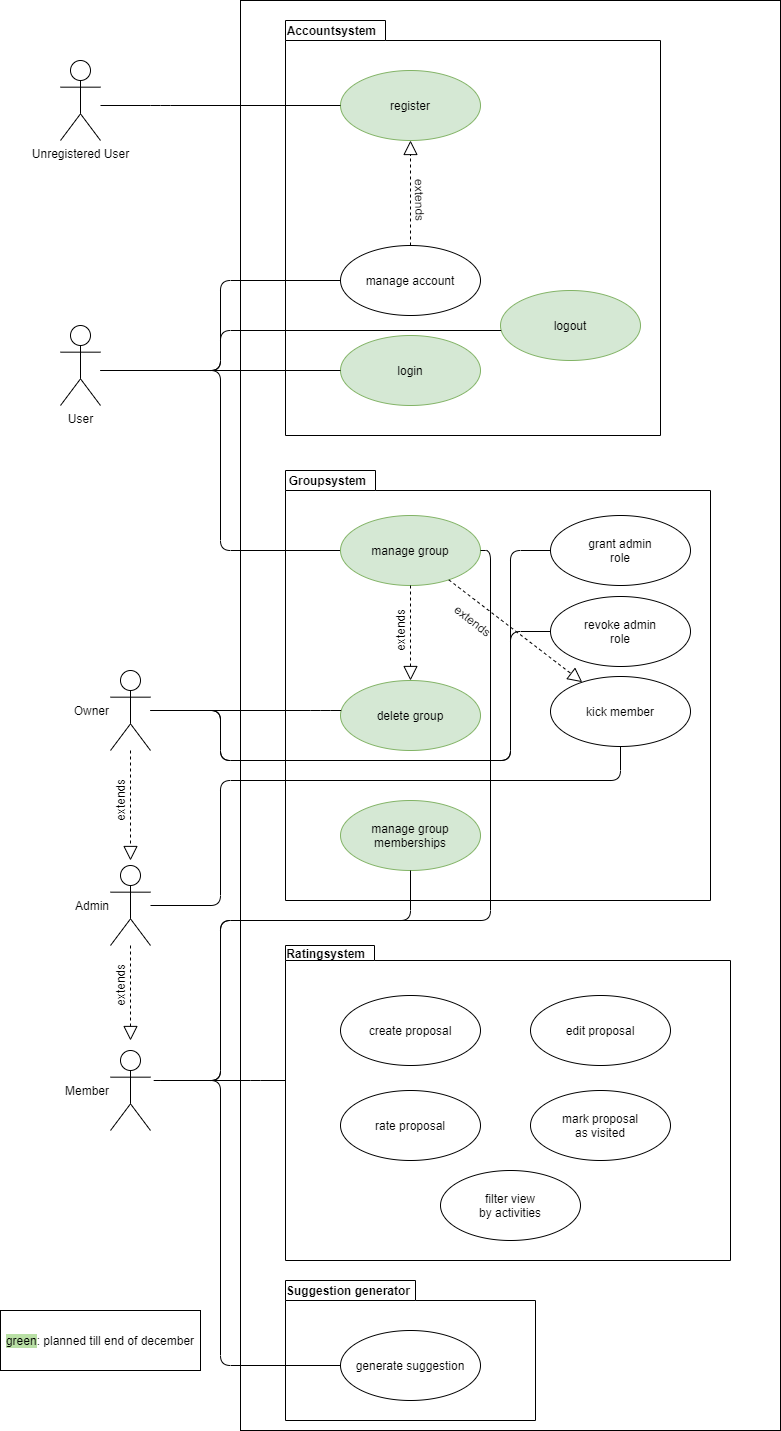
Above: PlaceToBeer UCD.png in placetobeer/documentation (draw.io), before the change. Source tidied: cells renumbered, new cells last; positions are measured from the earlier drawing's top-left corner, leaving out a move shared by most shapes.
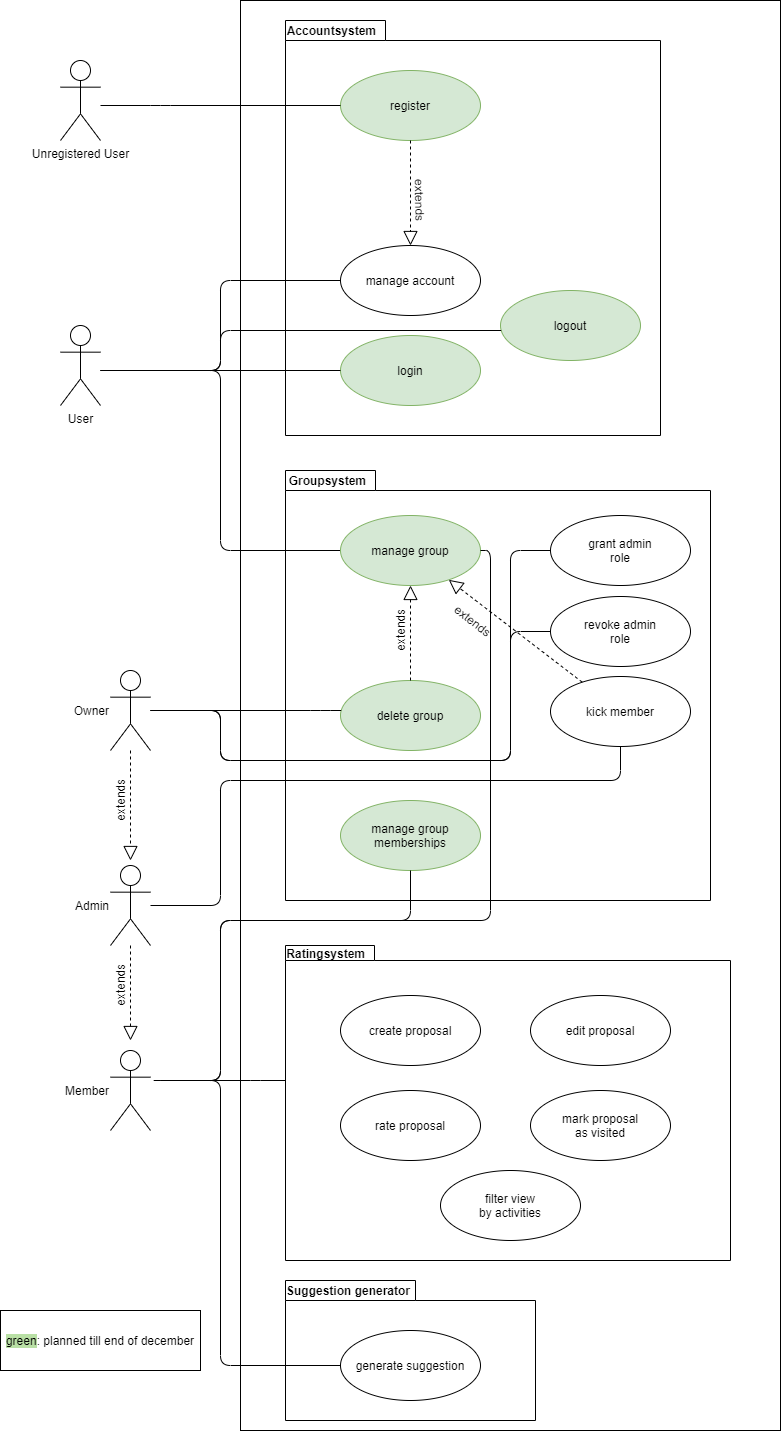
The same file after the commit.

Commit message:
correct extend - arrows

The edit, as a diff of the source:
```diff
@@ -192,7 +192,7 @@
         </Array>
       </mxGeometry>
     </mxCell>
-    <mxCell id="42" style="endArrow=block;dashed=1;endFill=0;endSize=12;html=1;" parent="1" edge="1" source="29" target="7">
+    <mxCell id="42" style="endArrow=block;dashed=1;endFill=0;endSize=12;html=1;" parent="1" edge="1" source="7" target="29">
       <mxGeometry relative="1" as="geometry" />
     </mxCell>
     <mxCell id="43" value="&lt;div&gt;extends&lt;/div&gt;" style="text;html=1;strokeColor=none;fillColor=none;align=center;verticalAlign=middle;whiteSpace=wrap;rounded=0;rotation=-90;" parent="1" vertex="1">
@@ -204,13 +204,13 @@
     <mxCell id="45" value="&lt;div&gt;extends&lt;/div&gt;" style="text;html=1;strokeColor=none;fillColor=none;align=center;verticalAlign=middle;whiteSpace=wrap;rounded=0;rotation=89;" parent="1" vertex="1">
       <mxGeometry x="400" y="190" width="40" height="20" as="geometry" />
     </mxCell>
-    <mxCell id="46" style="endArrow=block;dashed=1;endFill=0;endSize=12;html=1;" parent="1" edge="1" source="38" target="10">
+    <mxCell id="46" style="endArrow=block;dashed=1;endFill=0;endSize=12;html=1;" parent="1" edge="1" source="10" target="38">
       <mxGeometry relative="1" as="geometry" />
     </mxCell>
     <mxCell id="47" value="&lt;div&gt;extends&lt;/div&gt;" style="text;html=1;strokeColor=none;fillColor=none;align=center;verticalAlign=middle;whiteSpace=wrap;rounded=0;rotation=-90;" parent="1" vertex="1">
       <mxGeometry x="380" y="620" width="40" height="20" as="geometry" />
     </mxCell>
-    <mxCell id="48" style="endArrow=block;dashed=1;endFill=0;endSize=12;html=1;" parent="1" edge="1" source="38" target="32">
+    <mxCell id="48" style="endArrow=block;dashed=1;endFill=0;endSize=12;html=1;" parent="1" edge="1" source="32" target="38">
       <mxGeometry relative="1" as="geometry" />
     </mxCell>
     <mxCell id="49" value="&lt;div&gt;extends&lt;/div&gt;" style="text;html=1;strokeColor=none;fillColor=none;align=center;verticalAlign=middle;whiteSpace=wrap;rounded=0;rotation=38;" parent="1" vertex="1">
```
